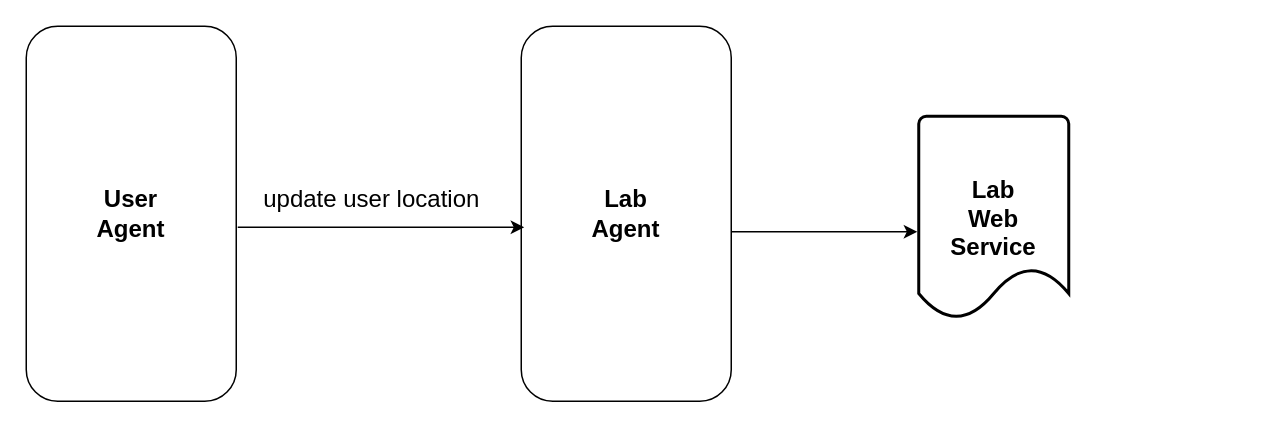
This is page "User-Lab Agent" (3 of 5) of Agent Designed Details Diagram.drawio from AceOfSpadeszzz/SENG696, a draw.io file, before an edit. Source tidied: cells renumbered, new cells numbered last; positions are measured from the earlier drawing's top-left corner, leaving out a move shared by most shapes. Both pictures are drawn from the tidied source at 150%, with x=0, y=0 at pixel (-57, 108).
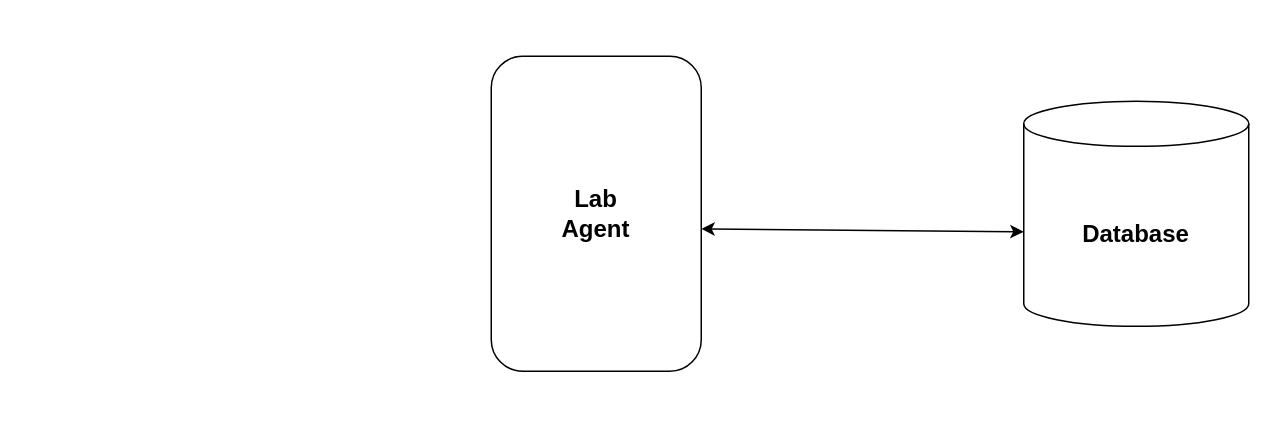
The same page after the edit.

The edit, as a diff of the source:
```diff
@@
 <mxGraphModel>
   <root>
     <mxCell id="0" />
     <mxCell id="1" parent="0" />
-    <mxCell id="2" value="User&lt;br&gt;Agent" style="rounded=1;whiteSpace=wrap;html=1;fontSize=16;rotation=90;horizontal=0;fontStyle=1;" parent="1" vertex="1">
-      <mxGeometry width="250" height="140" as="geometry" />
-    </mxCell>
     <mxCell id="3" value="Lab&lt;br&gt;Agent" style="rounded=1;whiteSpace=wrap;html=1;fontSize=16;rotation=90;horizontal=0;fontStyle=1;" parent="1" vertex="1">
-      <mxGeometry x="330" width="250" height="140" as="geometry" />
+      <mxGeometry x="330" width="210" height="140" as="geometry" />
     </mxCell>
-    <mxCell id="4" style="endArrow=classic;html=1;fontSize=16;entryX=0.536;entryY=0.986;entryDx=0;entryDy=0;entryPerimeter=0;" parent="1" edge="1" target="3">
-      <mxGeometry relative="1" as="geometry">
-        <mxPoint x="196" y="79" as="sourcePoint" />
-      </mxGeometry>
-    </mxCell>
-    <mxCell id="5" value="update user location" style="text;html=1;align=center;verticalAlign=middle;fontSize=16;" parent="1" vertex="1">
-      <mxGeometry x="205" y="50" width="160" height="20" as="geometry" />
-    </mxCell>
-    <mxCell id="6" value="Lab&lt;br&gt;Web&lt;br&gt;Service" style="strokeWidth=2;html=1;shape=mxgraph.flowchart.document2;whiteSpace=wrap;size=0.25;fontSize=16;fontStyle=1;" parent="1" vertex="1">
-      <mxGeometry x="650" y="5" width="100" height="135" as="geometry" />
-    </mxCell>
-    <mxCell id="7" style="endArrow=classic;html=1;fontSize=16;exitX=0.548;exitY=0;exitDx=0;exitDy=0;exitPerimeter=0;" parent="1" edge="1" source="3">
+    <mxCell id="7" style="endArrow=classic;html=1;fontSize=16;exitX=0.548;exitY=0;exitDx=0;exitDy=0;exitPerimeter=0;startArrow=classic;startFill=1;" parent="1" edge="1" source="3">
       <mxGeometry relative="1" as="geometry">
-        <mxPoint x="649" y="82" as="targetPoint" />
+        <mxPoint x="720" y="82" as="targetPoint" />
       </mxGeometry>
     </mxCell>
+    <mxCell id="8" value="Database" style="shape=cylinder3;whiteSpace=wrap;html=1;boundedLbl=1;backgroundOutline=1;size=15;fontStyle=1;fontSize=16;" parent="1" vertex="1">
+      <mxGeometry x="720" y="-5" width="150" height="150" as="geometry" />
+    </mxCell>
   </root>
 </mxGraphModel>
```
